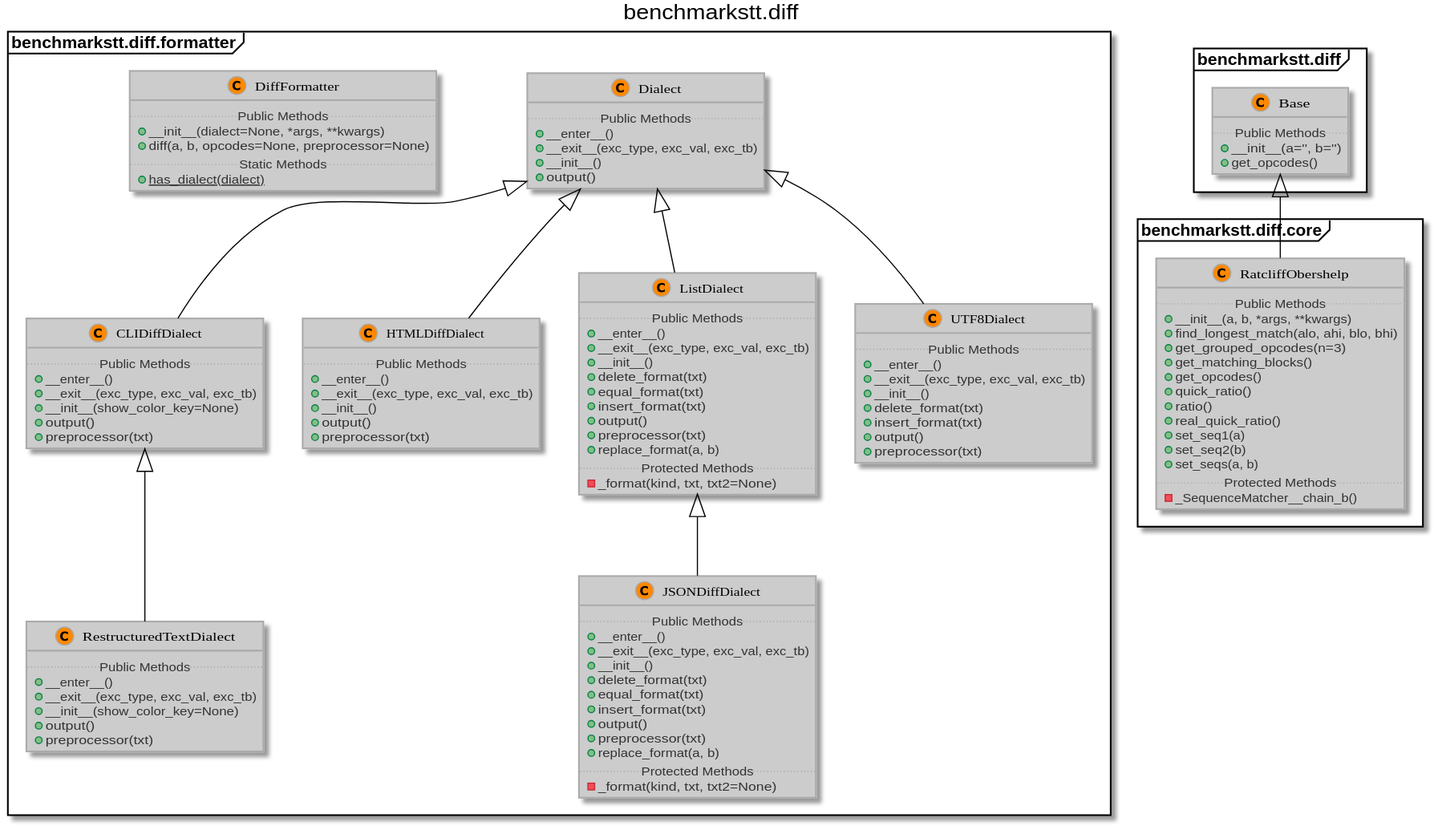
Above: docs/_static/uml/benchmarkstt.diff.svg in ebu/benchmarkstt (PlantUML), before the change.
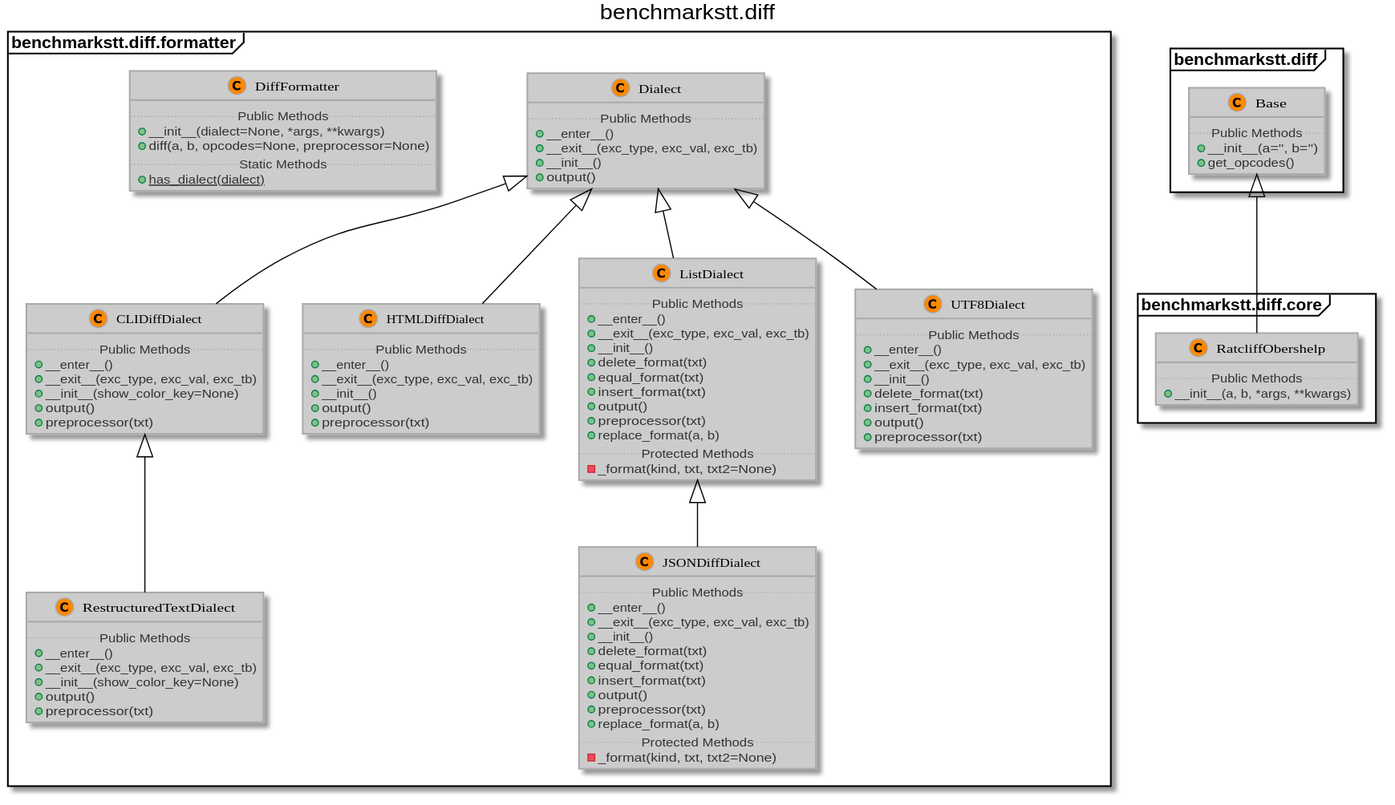
Later version of the same file.

Commit message:
hide methods that are inherited from outside package

Change to the diagram source:
```diff
@@ -120,18 +120,6 @@
 	class benchmarkstt.diff.core.RatcliffObershelp  [[https://benchmarkstt.readthedocs.io/en/latest/modules/benchmarkstt.diff.core.html#benchmarkstt.diff.core.RatcliffObershelp]] extends benchmarkstt.diff.Base {
 		.. Public Methods ..
 		+__init__(a, b, *args, **kwargs)
-		+find_longest_match(alo, ahi, blo, bhi)
-		+get_grouped_opcodes(n=3)
-		+get_matching_blocks()
-		+get_opcodes()
-		+quick_ratio()
-		+ratio()
-		+real_quick_ratio()
-		+set_seq1(a)
-		+set_seq2(b)
-		+set_seqs(a, b)
-		.. Protected Methods ..
-		-_SequenceMatcher__chain_b()
 	}
 
 
```
